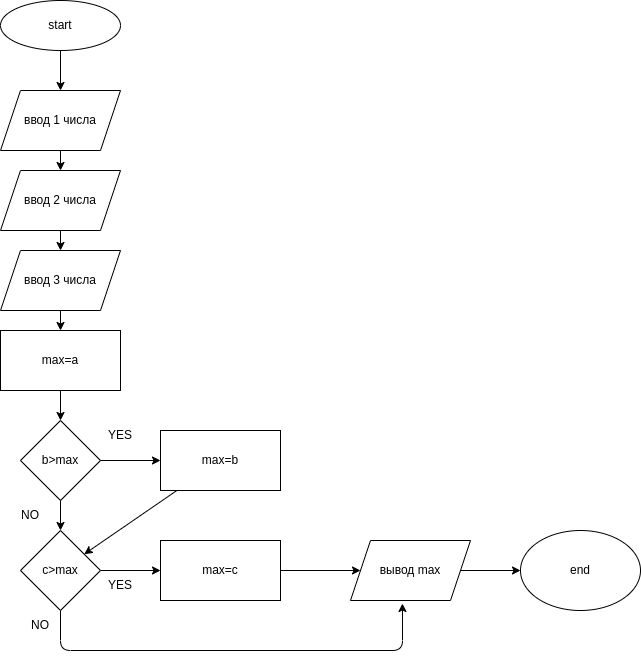
FirLanPro/cSharp keeps this draw.io diagram as Homework/DZ_001/zadacha_002/diagram.drawio.png. Above is the earlier version. Source tidied: cells renumbered, new cells last; positions are measured from the earlier drawing's top-left corner, leaving out a move shared by most shapes. The source it was exported from:
```xml
<mxGraphModel>
  <root>
    <mxCell id="0" />
    <mxCell id="1" parent="0" />
    <mxCell id="2" style="edgeStyle=none;html=1;" parent="1" edge="1" source="3" target="5">
      <mxGeometry relative="1" as="geometry" />
    </mxCell>
    <mxCell id="3" value="start" style="ellipse;whiteSpace=wrap;html=1;" parent="1" vertex="1">
      <mxGeometry width="120" height="50" as="geometry" />
    </mxCell>
    <mxCell id="4" style="edgeStyle=none;html=1;" parent="1" edge="1" source="5" target="7">
      <mxGeometry relative="1" as="geometry" />
    </mxCell>
    <mxCell id="5" value="ввод 1 числа" style="shape=parallelogram;perimeter=parallelogramPerimeter;whiteSpace=wrap;html=1;fixedSize=1;" parent="1" vertex="1">
      <mxGeometry y="90" width="120" height="60" as="geometry" />
    </mxCell>
    <mxCell id="6" style="edgeStyle=none;html=1;" parent="1" edge="1" source="7" target="9">
      <mxGeometry relative="1" as="geometry" />
    </mxCell>
    <mxCell id="7" value="ввод 2 числа" style="shape=parallelogram;perimeter=parallelogramPerimeter;whiteSpace=wrap;html=1;fixedSize=1;" parent="1" vertex="1">
      <mxGeometry y="170" width="120" height="60" as="geometry" />
    </mxCell>
    <mxCell id="8" style="edgeStyle=none;html=1;" parent="1" edge="1" source="9" target="24">
      <mxGeometry relative="1" as="geometry" />
    </mxCell>
    <mxCell id="9" value="ввод 3 числа" style="shape=parallelogram;perimeter=parallelogramPerimeter;whiteSpace=wrap;html=1;fixedSize=1;" parent="1" vertex="1">
      <mxGeometry y="250" width="120" height="60" as="geometry" />
    </mxCell>
    <mxCell id="10" style="edgeStyle=none;html=1;" parent="1" edge="1" source="12" target="17">
      <mxGeometry relative="1" as="geometry" />
    </mxCell>
    <mxCell id="11" style="edgeStyle=none;html=1;" parent="1" edge="1" source="12" target="15">
      <mxGeometry relative="1" as="geometry" />
    </mxCell>
    <mxCell id="12" value="b&amp;gt;max" style="rhombus;whiteSpace=wrap;html=1;" parent="1" vertex="1">
      <mxGeometry x="20" y="420" width="80" height="80" as="geometry" />
    </mxCell>
    <mxCell id="13" style="edgeStyle=none;html=1;" parent="1" edge="1" source="15" target="19">
      <mxGeometry relative="1" as="geometry" />
    </mxCell>
    <mxCell id="14" style="edgeStyle=none;html=1;entryX=0.433;entryY=1.05;entryDx=0;entryDy=0;entryPerimeter=0;" parent="1" edge="1" source="15" target="21">
      <mxGeometry relative="1" as="geometry">
        <Array as="points">
          <mxPoint x="60" y="650" />
          <mxPoint x="402" y="650" />
        </Array>
      </mxGeometry>
    </mxCell>
    <mxCell id="15" value="c&amp;gt;max" style="rhombus;whiteSpace=wrap;html=1;" parent="1" vertex="1">
      <mxGeometry x="20" y="530" width="80" height="80" as="geometry" />
    </mxCell>
    <mxCell id="16" style="edgeStyle=none;html=1;" parent="1" edge="1" source="17" target="15">
      <mxGeometry relative="1" as="geometry" />
    </mxCell>
    <mxCell id="17" value="max=b" style="rounded=0;whiteSpace=wrap;html=1;" parent="1" vertex="1">
      <mxGeometry x="160" y="430" width="120" height="60" as="geometry" />
    </mxCell>
    <mxCell id="18" style="edgeStyle=none;html=1;" parent="1" edge="1" source="19" target="21">
      <mxGeometry relative="1" as="geometry" />
    </mxCell>
    <mxCell id="19" value="max=c" style="rounded=0;whiteSpace=wrap;html=1;" parent="1" vertex="1">
      <mxGeometry x="160" y="540" width="120" height="60" as="geometry" />
    </mxCell>
    <mxCell id="20" style="edgeStyle=none;html=1;" parent="1" edge="1" source="21" target="22">
      <mxGeometry relative="1" as="geometry" />
    </mxCell>
    <mxCell id="21" value="вывод max" style="shape=parallelogram;perimeter=parallelogramPerimeter;whiteSpace=wrap;html=1;fixedSize=1;" parent="1" vertex="1">
      <mxGeometry x="350" y="540" width="120" height="60" as="geometry" />
    </mxCell>
    <mxCell id="22" value="end" style="ellipse;whiteSpace=wrap;html=1;" parent="1" vertex="1">
      <mxGeometry x="520" y="530" width="120" height="80" as="geometry" />
    </mxCell>
    <mxCell id="23" style="edgeStyle=none;html=1;" parent="1" edge="1" source="24" target="12">
      <mxGeometry relative="1" as="geometry" />
    </mxCell>
    <mxCell id="24" value="max=a" style="rounded=0;whiteSpace=wrap;html=1;" parent="1" vertex="1">
      <mxGeometry y="330" width="120" height="60" as="geometry" />
    </mxCell>
    <mxCell id="25" value="YES" style="text;html=1;strokeColor=none;fillColor=none;align=center;verticalAlign=middle;whiteSpace=wrap;rounded=0;" parent="1" vertex="1">
      <mxGeometry x="90" y="420" width="60" height="30" as="geometry" />
    </mxCell>
    <mxCell id="26" value="NO" style="text;html=1;strokeColor=none;fillColor=none;align=center;verticalAlign=middle;whiteSpace=wrap;rounded=0;" parent="1" vertex="1">
      <mxGeometry y="500" width="60" height="30" as="geometry" />
    </mxCell>
    <mxCell id="27" value="NO" style="text;html=1;strokeColor=none;fillColor=none;align=center;verticalAlign=middle;whiteSpace=wrap;rounded=0;" parent="1" vertex="1">
      <mxGeometry x="10" y="610" width="60" height="30" as="geometry" />
    </mxCell>
    <mxCell id="28" value="YES" style="text;html=1;strokeColor=none;fillColor=none;align=center;verticalAlign=middle;whiteSpace=wrap;rounded=0;" parent="1" vertex="1">
      <mxGeometry x="90" y="570" width="60" height="30" as="geometry" />
    </mxCell>
  </root>
</mxGraphModel>
```
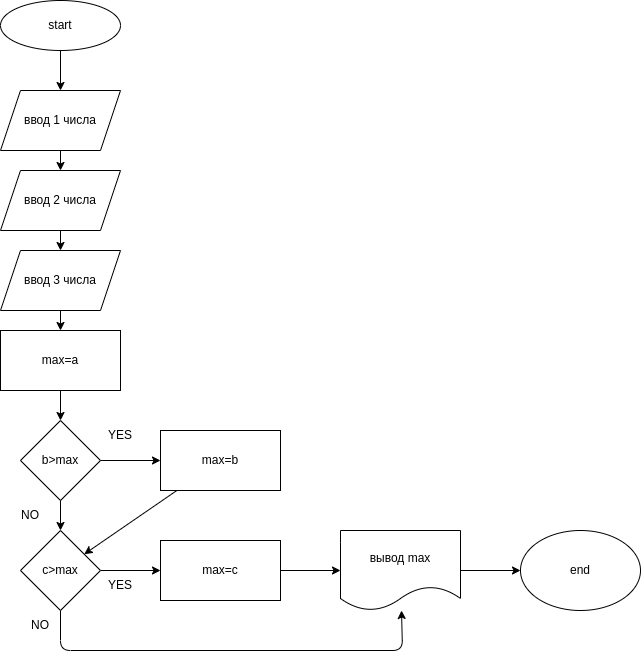
Above is the later version.

Commit message:
редактирование б-с home dz_001 задача_002

Diff of the diagram source:
```diff
@@ -38,7 +38,7 @@
     <mxCell id="13" style="edgeStyle=none;html=1;" parent="1" edge="1" source="15" target="19">
       <mxGeometry relative="1" as="geometry" />
     </mxCell>
-    <mxCell id="14" style="edgeStyle=none;html=1;entryX=0.433;entryY=1.05;entryDx=0;entryDy=0;entryPerimeter=0;" parent="1" edge="1" source="15" target="21">
+    <mxCell id="14" style="edgeStyle=none;html=1;" parent="1" edge="1" source="15" target="21">
       <mxGeometry relative="1" as="geometry">
         <Array as="points">
           <mxPoint x="60" y="650" />
@@ -61,12 +61,9 @@
     <mxCell id="19" value="max=c" style="rounded=0;whiteSpace=wrap;html=1;" parent="1" vertex="1">
       <mxGeometry x="160" y="540" width="120" height="60" as="geometry" />
     </mxCell>
-    <mxCell id="20" style="edgeStyle=none;html=1;" parent="1" edge="1" source="21" target="22">
+    <mxCell id="20" style="edgeStyle=none;html=1;exitX=1;exitY=0.5;exitDx=0;exitDy=0;" parent="1" edge="1" source="21" target="22">
       <mxGeometry relative="1" as="geometry" />
     </mxCell>
-    <mxCell id="21" value="вывод max" style="shape=parallelogram;perimeter=parallelogramPerimeter;whiteSpace=wrap;html=1;fixedSize=1;" parent="1" vertex="1">
-      <mxGeometry x="350" y="540" width="120" height="60" as="geometry" />
-    </mxCell>
     <mxCell id="22" value="end" style="ellipse;whiteSpace=wrap;html=1;" parent="1" vertex="1">
       <mxGeometry x="520" y="530" width="120" height="80" as="geometry" />
     </mxCell>
@@ -88,5 +85,8 @@
     <mxCell id="28" value="YES" style="text;html=1;strokeColor=none;fillColor=none;align=center;verticalAlign=middle;whiteSpace=wrap;rounded=0;" parent="1" vertex="1">
       <mxGeometry x="90" y="570" width="60" height="30" as="geometry" />
     </mxCell>
+    <mxCell id="21" value="вывод max" style="shape=document;whiteSpace=wrap;html=1;boundedLbl=1;" parent="1" vertex="1">
+      <mxGeometry x="340" y="530" width="120" height="80" as="geometry" />
+    </mxCell>
   </root>
 </mxGraphModel>
```
